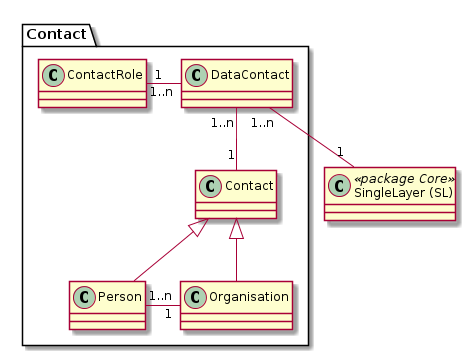
This is puml_output/simi_contact.png from simi-so/mm, a PlantUML export, as it was before one commit.
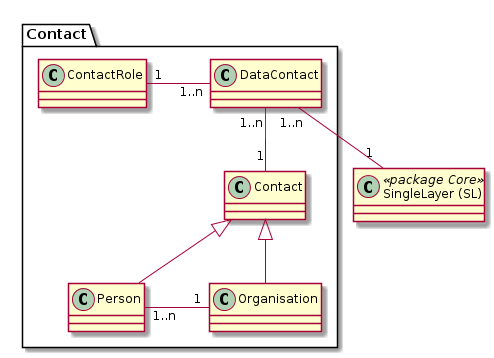
After the commit.

What changed in the source:
```diff
@@ -10,11 +10,11 @@
 }
 
 sl "1" -up- "1..n" dc
-cr "1 " -right- "1..n" dc
+cr "1 " -right- "1..n" dc : "       "
 dc "1..n" -- "1" con
 
 con <|-- pers
 con <|-- org
 
-pers "1..n" -right- "  1" org
+pers "1..n" -right- "  1" org : "       "
 @enduml
```
